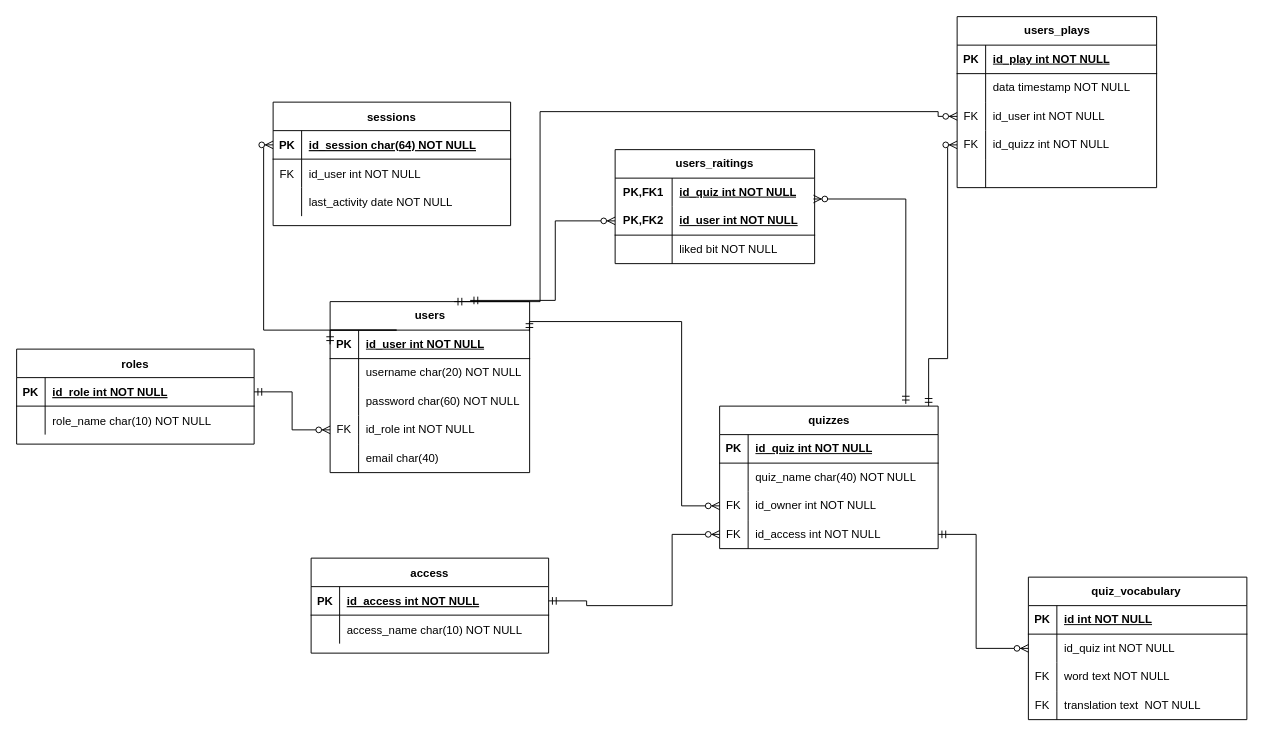
This is erd.drawio from matjanus/ZTPAI, a draw.io file, before an edit. Source tidied: cells renumbered, new cells numbered last; positions are measured from the earlier drawing's top-left corner, leaving out a move shared by most shapes. Both pictures are drawn from the tidied source at 95%, with x=0, y=0 at pixel (16, 16).
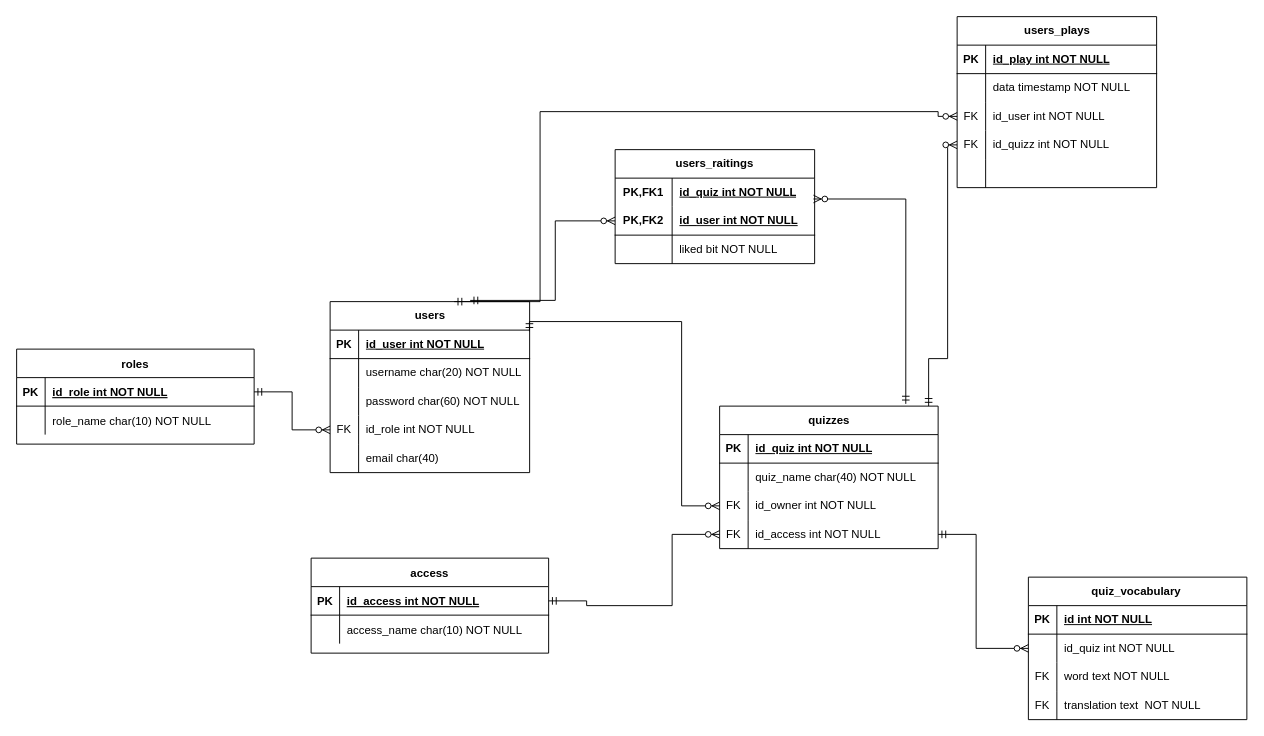
The same page after the edit.

The change refers to these unchanged cells:
```xml
<mxCell id="20" style="shape=tableRow;horizontal=0;startSize=0;swimlaneHead=0;swimlaneBody=0;fillColor=none;points=[[0,0.5],[1,0.5]];portConstraint=eastwest;top=0;left=0;right=0;bottom=1;" parent="19" vertex="1">
  <mxGeometry y="30" width="210" height="30" as="geometry" />
</mxCell>
```

Diff of the diagram source:
```diff
@@
-    <mxCell id="9" value="sessions" style="shape=table;startSize=30;childLayout=tableLayout;rowLines=0;fontStyle=1;align=center;" parent="1" vertex="1">
-      <mxGeometry x="270" y="90" width="250" height="130" as="geometry" />
-    </mxCell>
-    <mxCell id="10" style="shape=partialRectangle;fillColor=none;points=[[0,0.5],[1,0.5]];portConstraint=eastwest;top=0;left=0;right=0;bottom=1;" parent="9" vertex="1">
-      <mxGeometry y="30" width="250" height="30" as="geometry" />
-    </mxCell>
-    <mxCell id="11" value="PK" style="shape=partialRectangle;overflow=hidden;fillColor=none;top=0;left=0;bottom=0;right=0;fontStyle=1;" parent="10" vertex="1">
-      <mxGeometry width="30" height="30" as="geometry" />
-    </mxCell>
-    <mxCell id="12" value="id_session char(64) NOT NULL" style="shape=partialRectangle;overflow=hidden;fillColor=none;top=0;left=0;bottom=0;right=0;align=left;spacingLeft=6;fontStyle=5;" parent="10" vertex="1">
-      <mxGeometry x="30" width="220" height="30" as="geometry" />
-    </mxCell>
-    <mxCell id="13" style="shape=partialRectangle;fillColor=none;top=0;left=0;right=0;bottom=0;" parent="9" vertex="1">
-      <mxGeometry y="60" width="250" height="30" as="geometry" />
-    </mxCell>
-    <mxCell id="14" value="FK" style="shape=partialRectangle;overflow=hidden;fillColor=none;top=0;left=0;bottom=0;right=0;" parent="13" vertex="1">
-      <mxGeometry width="30" height="30" as="geometry" />
-    </mxCell>
-    <mxCell id="15" value="id_user int NOT NULL" style="shape=partialRectangle;overflow=hidden;fillColor=none;top=0;left=0;bottom=0;right=0;align=left;spacingLeft=6;" parent="13" vertex="1">
-      <mxGeometry x="30" width="220" height="30" as="geometry" />
-    </mxCell>
-    <mxCell id="16" style="shape=partialRectangle;fillColor=none;top=0;left=0;right=0;bottom=0;" parent="9" vertex="1">
-      <mxGeometry y="90" width="250" height="30" as="geometry" />
-    </mxCell>
-    <mxCell id="17" style="shape=partialRectangle;overflow=hidden;fillColor=none;top=0;left=0;bottom=0;right=0;" parent="16" vertex="1">
-      <mxGeometry width="30" height="30" as="geometry" />
-    </mxCell>
-    <mxCell id="18" value="last_activity date NOT NULL" style="shape=partialRectangle;overflow=hidden;fillColor=none;top=0;left=0;bottom=0;right=0;align=left;spacingLeft=6;" parent="16" vertex="1">
-      <mxGeometry x="30" width="220" height="30" as="geometry" />
-    </mxCell>
@@
-    <mxCell id="36" style="edgeStyle=orthogonalEdgeStyle;fontSize=12;html=1;endArrow=ERzeroToMany;startArrow=ERmandOne;rounded=0;entryX=0;entryY=0.5;entryDx=0;entryDy=0;exitX=0;exitY=0.5;exitDx=0;exitDy=0;" parent="1" edge="1" source="20" target="10">
-      <mxGeometry relative="1" as="geometry">
-        <Array as="points">
-          <mxPoint x="400" y="330" />
-          <mxPoint x="260" y="330" />
-          <mxPoint x="260" y="125" />
-        </Array>
-      </mxGeometry>
-    </mxCell>
```
